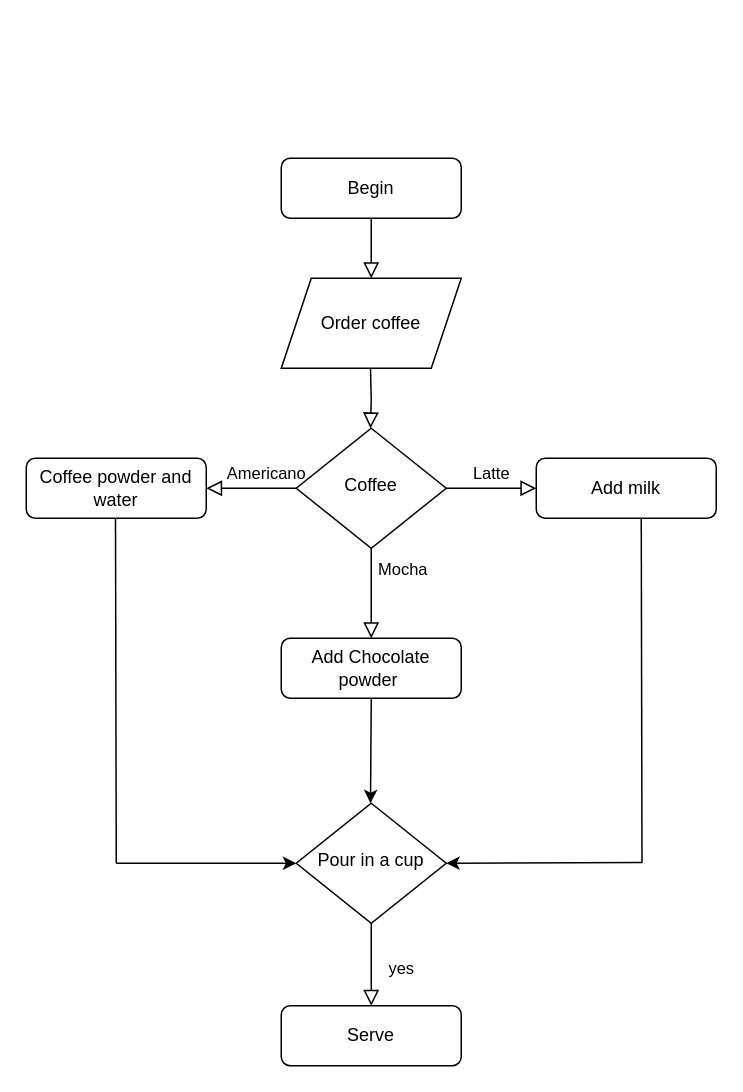
Earlier version of the draw.io diagram Untitled Diagram.drawio (Anirudh1149/Structured_outline). Source tidied: cells renumbered, new cells numbered last; positions are measured from the earlier drawing's top-left corner, leaving out a move shared by most shapes. Both pictures are drawn from the tidied source at 150%, with x=0, y=0 at pixel (26, 158).
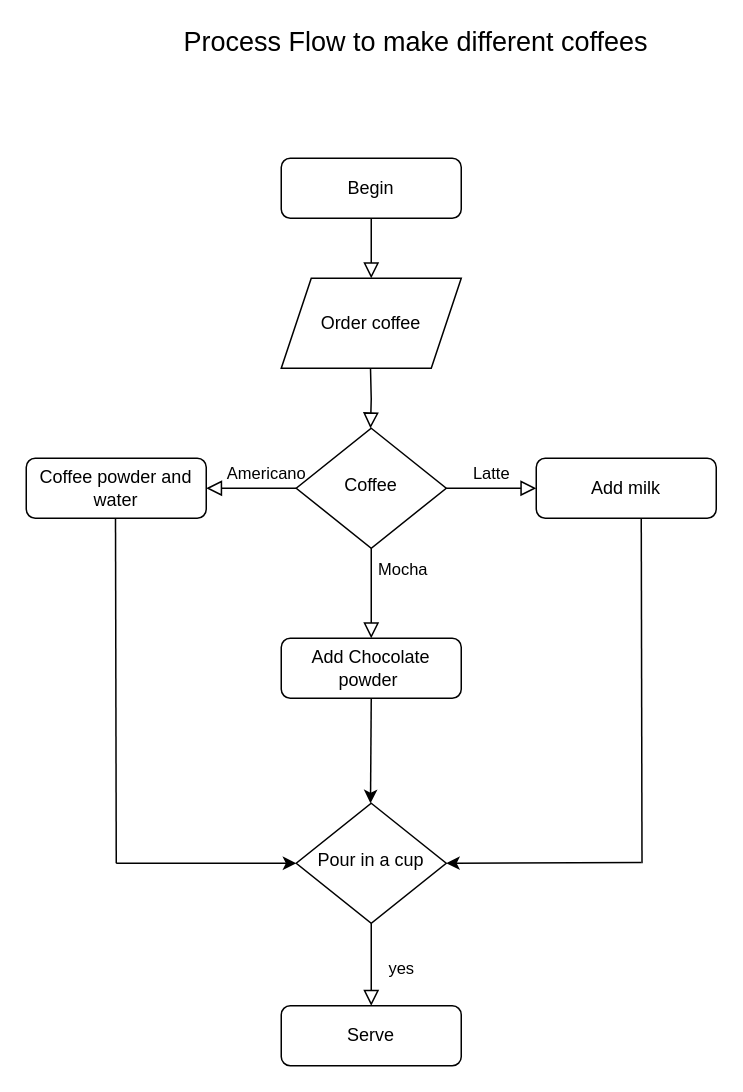
The same diagram, later.

What changed in the source:
```diff
@@
+    <mxCell id="21" value="&lt;font style=&quot;font-size: 18px&quot;&gt;Process Flow to make different coffees&lt;/font&gt;" style="text;html=1;strokeColor=none;fillColor=none;align=center;verticalAlign=middle;whiteSpace=wrap;rounded=0;" parent="1" vertex="1">
+      <mxGeometry x="60" y="-87" width="400" height="20" as="geometry" />
+    </mxCell>
```
